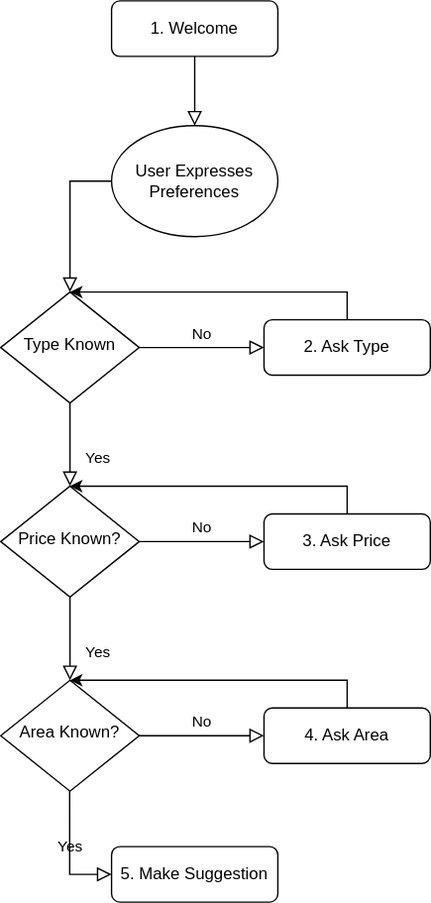
DMAgit/INFOMAIR-Group30-2021 keeps this draw.io diagram as State Transitions.drawio.svg. Above is the earlier version. Source tidied: cells renumbered, new cells last; positions are measured from the earlier drawing's top-left corner, leaving out a move shared by most shapes.
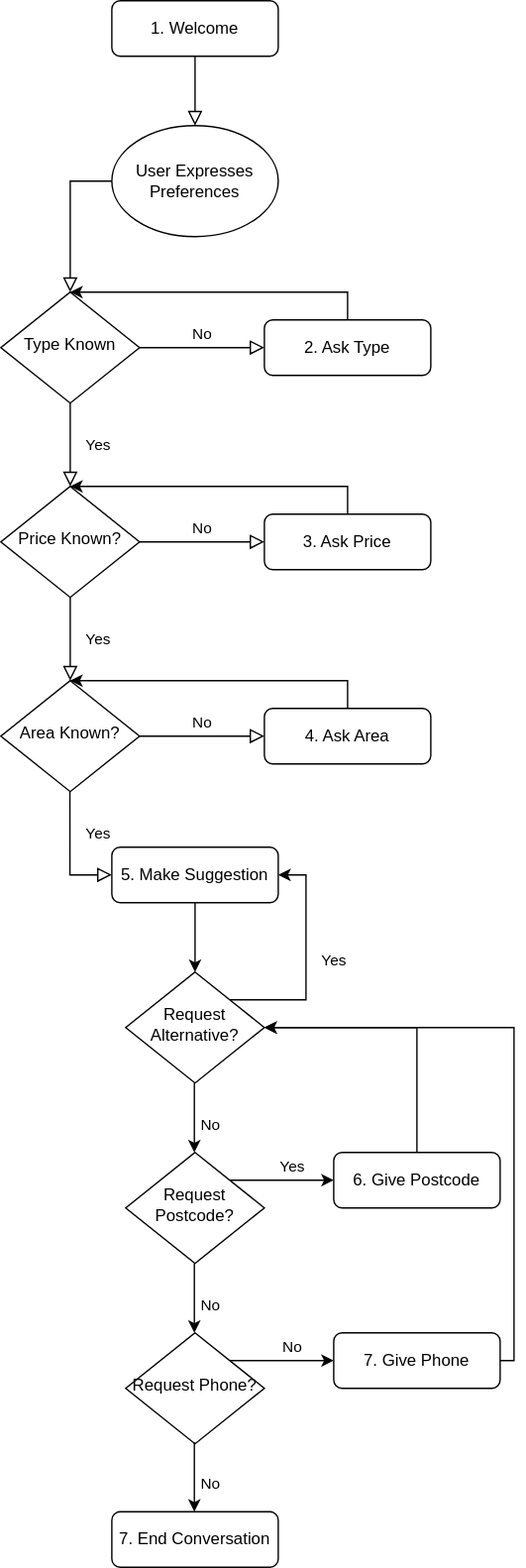
Above is the later version.

The edit, as a diff of the source:
```diff
@@ -11,7 +11,7 @@
       <mxGeometry x="80" width="120" height="40" as="geometry" />
     </mxCell>
     <mxCell id="4" value="Yes" style="rounded=0;html=1;jettySize=auto;fontSize=11;endArrow=block;endFill=0;endSize=8;strokeWidth=1;shadow=0;labelBackgroundColor=none;edgeStyle=orthogonalEdgeStyle;" parent="1" edge="1" source="6">
-      <mxGeometry x="0.33" y="20" relative="1" as="geometry">
+      <mxGeometry y="20" relative="1" as="geometry">
         <mxPoint x="50" y="350" as="targetPoint" />
       </mxGeometry>
     </mxCell>
@@ -58,7 +58,7 @@
       <mxGeometry x="190" y="370" width="120" height="40" as="geometry" />
     </mxCell>
     <mxCell id="15" value="Yes" style="rounded=0;html=1;jettySize=auto;orthogonalLoop=1;fontSize=11;endArrow=block;endFill=0;endSize=8;strokeWidth=1;shadow=0;labelBackgroundColor=none;edgeStyle=orthogonalEdgeStyle;" parent="1" edge="1">
-      <mxGeometry x="0.33" y="20" relative="1" as="geometry">
+      <mxGeometry y="20" relative="1" as="geometry">
         <mxPoint x="50" y="430" as="sourcePoint" />
         <mxPoint x="50" y="490" as="targetPoint" />
       </mxGeometry>
@@ -83,15 +83,85 @@
       <mxGeometry x="190" y="510" width="120" height="40" as="geometry" />
     </mxCell>
     <mxCell id="20" value="Yes" style="rounded=0;html=1;jettySize=auto;fontSize=11;endArrow=block;endFill=0;endSize=8;strokeWidth=1;shadow=0;labelBackgroundColor=none;edgeStyle=orthogonalEdgeStyle;entryX=0;entryY=0.5;entryDx=0;entryDy=0;" parent="1" edge="1" target="21">
-      <mxGeometry x="0.33" y="20" relative="1" as="geometry">
+      <mxGeometry x="-0.33" y="20" relative="1" as="geometry">
         <mxPoint x="49.8" y="570" as="sourcePoint" />
         <Array as="points">
           <mxPoint x="50" y="630" />
         </Array>
       </mxGeometry>
     </mxCell>
+    <mxCell id="22" style="edgeStyle=orthogonalEdgeStyle;rounded=0;jettySize=auto;html=1;" parent="1" edge="1" source="21">
+      <mxGeometry relative="1" as="geometry">
+        <mxPoint x="140" y="700" as="targetPoint" />
+      </mxGeometry>
+    </mxCell>
     <mxCell id="21" value="5. Make Suggestion" style="rounded=1;whiteSpace=wrap;html=1;fontSize=12;glass=0;strokeWidth=1;shadow=0;" parent="1" vertex="1">
       <mxGeometry x="80" y="610" width="120" height="40" as="geometry" />
     </mxCell>
+    <mxCell id="23" value="Yes" style="edgeStyle=orthogonalEdgeStyle;rounded=0;jettySize=auto;html=1;exitX=1;exitY=0;exitDx=0;exitDy=0;entryX=1;entryY=0.5;entryDx=0;entryDy=0;" parent="1" edge="1" source="24" target="21">
+      <mxGeometry y="-20" relative="1" as="geometry">
+        <Array as="points">
+          <mxPoint x="220" y="720" />
+          <mxPoint x="220" y="630" />
+        </Array>
+      </mxGeometry>
+    </mxCell>
+    <mxCell id="24" value="Request Alternative?" style="rhombus;whiteSpace=wrap;html=1;shadow=0;fontFamily=Helvetica;fontSize=12;align=center;strokeWidth=1;spacing=6;spacingTop=-4;" parent="1" vertex="1">
+      <mxGeometry x="90" y="700" width="100" height="80" as="geometry" />
+    </mxCell>
+    <mxCell id="25" value="No" style="edgeStyle=orthogonalEdgeStyle;rounded=0;orthogonalLoop=1;jettySize=auto;html=1;" parent="1" edge="1">
+      <mxGeometry x="0.2" y="11" relative="1" as="geometry">
+        <mxPoint x="139.5" y="780" as="sourcePoint" />
+        <mxPoint x="139.5" y="830" as="targetPoint" />
+      </mxGeometry>
+    </mxCell>
+    <mxCell id="26" value="Yes" style="edgeStyle=orthogonalEdgeStyle;rounded=0;jettySize=auto;html=1;exitX=1;exitY=0;exitDx=0;exitDy=0;entryX=0;entryY=0.5;entryDx=0;entryDy=0;" parent="1" edge="1" source="27" target="29">
+      <mxGeometry x="0.2" y="10" relative="1" as="geometry" />
+    </mxCell>
+    <mxCell id="27" value="Request Postcode?" style="rhombus;whiteSpace=wrap;html=1;shadow=0;fontFamily=Helvetica;fontSize=12;align=center;strokeWidth=1;spacing=6;spacingTop=-4;" parent="1" vertex="1">
+      <mxGeometry x="90" y="830" width="100" height="80" as="geometry" />
+    </mxCell>
+    <mxCell id="28" style="edgeStyle=orthogonalEdgeStyle;rounded=0;jettySize=auto;html=1;entryX=1;entryY=0.5;entryDx=0;entryDy=0;" parent="1" edge="1" source="29" target="24">
+      <mxGeometry relative="1" as="geometry">
+        <Array as="points">
+          <mxPoint x="300" y="740" />
+        </Array>
+      </mxGeometry>
+    </mxCell>
+    <mxCell id="29" value="6. Give Postcode" style="rounded=1;whiteSpace=wrap;html=1;fontSize=12;glass=0;strokeWidth=1;shadow=0;" parent="1" vertex="1">
+      <mxGeometry x="240" y="830" width="120" height="40" as="geometry" />
+    </mxCell>
+    <mxCell id="30" value="No" style="edgeStyle=orthogonalEdgeStyle;rounded=0;orthogonalLoop=1;jettySize=auto;html=1;" parent="1" edge="1">
+      <mxGeometry x="0.2" y="11" relative="1" as="geometry">
+        <mxPoint x="139.5" y="910" as="sourcePoint" />
+        <mxPoint x="139.5" y="960" as="targetPoint" />
+      </mxGeometry>
+    </mxCell>
+    <mxCell id="31" value="7. End Conversation" style="rounded=1;whiteSpace=wrap;html=1;fontSize=12;glass=0;strokeWidth=1;shadow=0;" parent="1" vertex="1">
+      <mxGeometry x="80" y="1089" width="120" height="40" as="geometry" />
+    </mxCell>
+    <mxCell id="32" value="No" style="edgeStyle=orthogonalEdgeStyle;rounded=0;jettySize=auto;html=1;exitX=1;exitY=0;exitDx=0;exitDy=0;entryX=0;entryY=0.5;entryDx=0;entryDy=0;" parent="1" edge="1" source="33" target="35">
+      <mxGeometry x="0.2" y="10" relative="1" as="geometry" />
+    </mxCell>
+    <mxCell id="33" value="Request Phone?" style="rhombus;whiteSpace=wrap;html=1;shadow=0;fontFamily=Helvetica;fontSize=12;align=center;strokeWidth=1;spacing=6;spacingTop=-4;" parent="1" vertex="1">
+      <mxGeometry x="90" y="960" width="100" height="80" as="geometry" />
+    </mxCell>
+    <mxCell id="34" style="edgeStyle=orthogonalEdgeStyle;rounded=0;jettySize=auto;html=1;entryX=1;entryY=0.5;entryDx=0;entryDy=0;" parent="1" edge="1" source="35" target="24">
+      <mxGeometry relative="1" as="geometry">
+        <Array as="points">
+          <mxPoint x="370" y="980" />
+          <mxPoint x="370" y="740" />
+        </Array>
+      </mxGeometry>
+    </mxCell>
+    <mxCell id="35" value="7. Give Phone" style="rounded=1;whiteSpace=wrap;html=1;fontSize=12;glass=0;strokeWidth=1;shadow=0;" parent="1" vertex="1">
+      <mxGeometry x="240" y="960" width="120" height="40" as="geometry" />
+    </mxCell>
+    <mxCell id="36" value="No" style="edgeStyle=orthogonalEdgeStyle;rounded=0;orthogonalLoop=1;jettySize=auto;html=1;" parent="1" edge="1">
+      <mxGeometry x="0.2" y="11" relative="1" as="geometry">
+        <mxPoint x="139.5" y="1039" as="sourcePoint" />
+        <mxPoint x="139.5" y="1089" as="targetPoint" />
+      </mxGeometry>
+    </mxCell>
   </root>
 </mxGraphModel>
```
